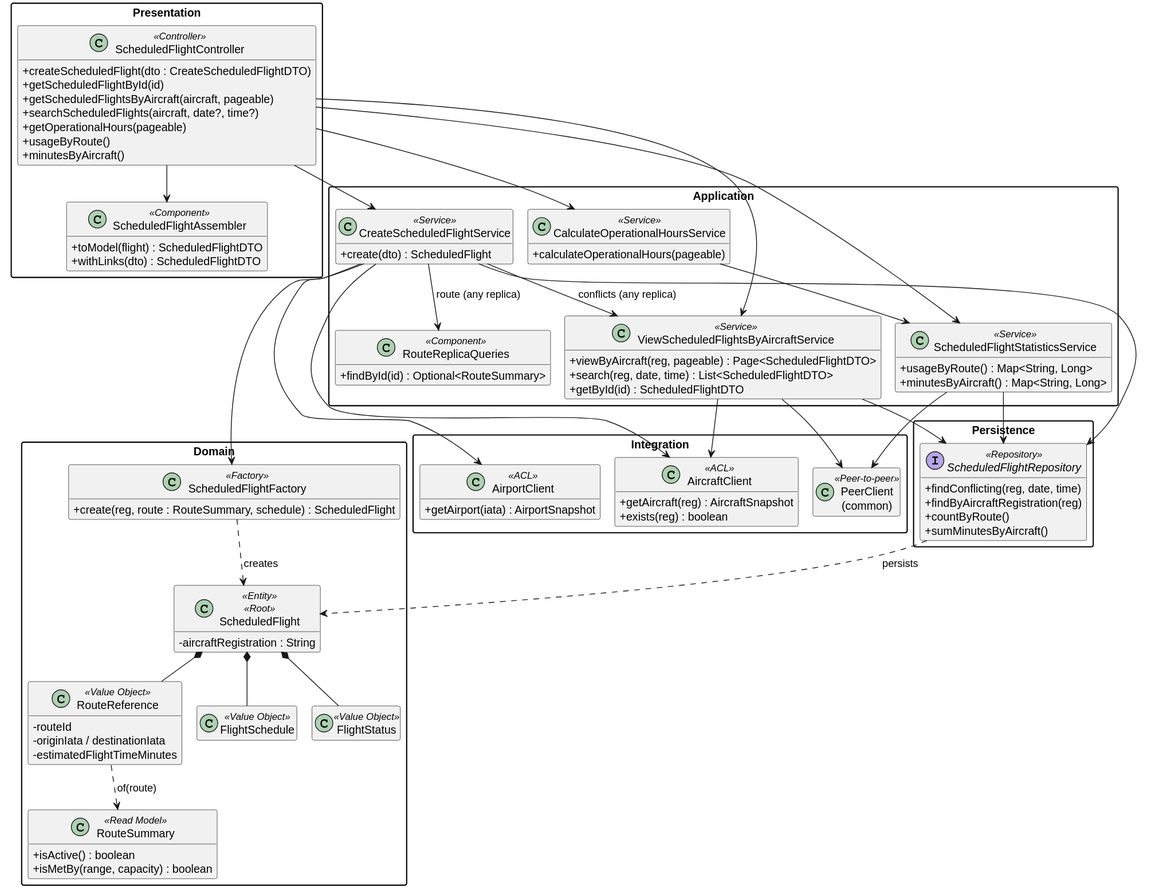
Earlier version of the PlantUML export docs/4-code/flightroutes/svg/FlightRoutes-CD-ScheduledFlights.svg (caetanotiago/Project_SIDIS). Its diagram source:
```plantuml
@startuml
!pragma layout smetana
skinparam classAttributeIconSize 0
skinparam packageStyle rectangle
hide empty members

package "Presentation" {
    class ScheduledFlightController <<Controller>> {
        + createScheduledFlight(dto : CreateScheduledFlightDTO)
        + getScheduledFlightById(id)
        + getScheduledFlightsByAircraft(aircraft, pageable)
        + searchScheduledFlights(aircraft, date?, time?)
        + getOperationalHours(pageable)
        + usageByRoute()
        + minutesByAircraft()
    }
    class ScheduledFlightAssembler <<Component>> {
        + toModel(flight) : ScheduledFlightDTO
        + withLinks(dto) : ScheduledFlightDTO
    }
}

package "Application" {
    class CreateScheduledFlightService <<Service>> {
        + create(dto) : ScheduledFlight
    }
    class ViewScheduledFlightsByAircraftService <<Service>> {
        + viewByAircraft(reg, pageable) : Page<ScheduledFlightDTO>
        + search(reg, date, time) : List<ScheduledFlightDTO>
        + getById(id) : ScheduledFlightDTO
    }
    class CalculateOperationalHoursService <<Service>> {
        + calculateOperationalHours(pageable)
    }
    class ScheduledFlightStatisticsService <<Service>> {
        + usageByRoute() : Map<String, Long>
        + minutesByAircraft() : Map<String, Long>
    }
    class RouteReplicaQueries <<Component>> {
        + findById(id) : Optional<RouteSummary>
    }
}

package "Domain" {
    class ScheduledFlightFactory <<Factory>> {
        + create(reg, route : RouteSummary, schedule) : ScheduledFlight
    }
    class ScheduledFlight <<Entity>> <<Root>> {
        - aircraftRegistration : String
    }
    class RouteReference <<Value Object>> {
        - routeId
        - originIata / destinationIata
        - estimatedFlightTimeMinutes
    }
    class RouteSummary <<Read Model>> {
        + isActive() : boolean
        + isMetBy(range, capacity) : boolean
    }
    class FlightSchedule <<Value Object>>
    class FlightStatus <<Value Object>>
    ScheduledFlight *-- FlightSchedule
    ScheduledFlight *-- FlightStatus
    ScheduledFlight *-- RouteReference
    RouteReference ..> RouteSummary : of(route)
}

package "Persistence" {
    interface ScheduledFlightRepository <<Repository>> {
        + findConflicting(reg, date, time)
        + findByAircraftRegistration(reg)
        + countByRoute()
        + sumMinutesByAircraft()
    }
}

package "Integration" {
    class AircraftClient <<ACL>> {
        + getAircraft(reg) : AircraftSnapshot
        + exists(reg) : boolean
    }
    class AirportClient <<ACL>> {
        + getAirport(iata) : AirportSnapshot
    }
    class "PeerClient\n(common)" as PeerClient <<Peer-to-peer>>
}

ScheduledFlightController --> CreateScheduledFlightService
ScheduledFlightController --> ViewScheduledFlightsByAircraftService
ScheduledFlightController --> CalculateOperationalHoursService
ScheduledFlightController --> ScheduledFlightStatisticsService
ScheduledFlightController --> ScheduledFlightAssembler

CreateScheduledFlightService --> AircraftClient
CreateScheduledFlightService --> AirportClient
CreateScheduledFlightService --> RouteReplicaQueries : route (any replica)
CreateScheduledFlightService --> ViewScheduledFlightsByAircraftService : conflicts (any replica)
CreateScheduledFlightService --> ScheduledFlightRepository
CreateScheduledFlightService --> ScheduledFlightFactory
ViewScheduledFlightsByAircraftService --> AircraftClient
ViewScheduledFlightsByAircraftService --> ScheduledFlightRepository
ViewScheduledFlightsByAircraftService --> PeerClient
CalculateOperationalHoursService --> ScheduledFlightStatisticsService
ScheduledFlightStatisticsService --> ScheduledFlightRepository
ScheduledFlightStatisticsService --> PeerClient

ScheduledFlightFactory ..> ScheduledFlight : creates
ScheduledFlightRepository ..> ScheduledFlight : persists
@enduml
```
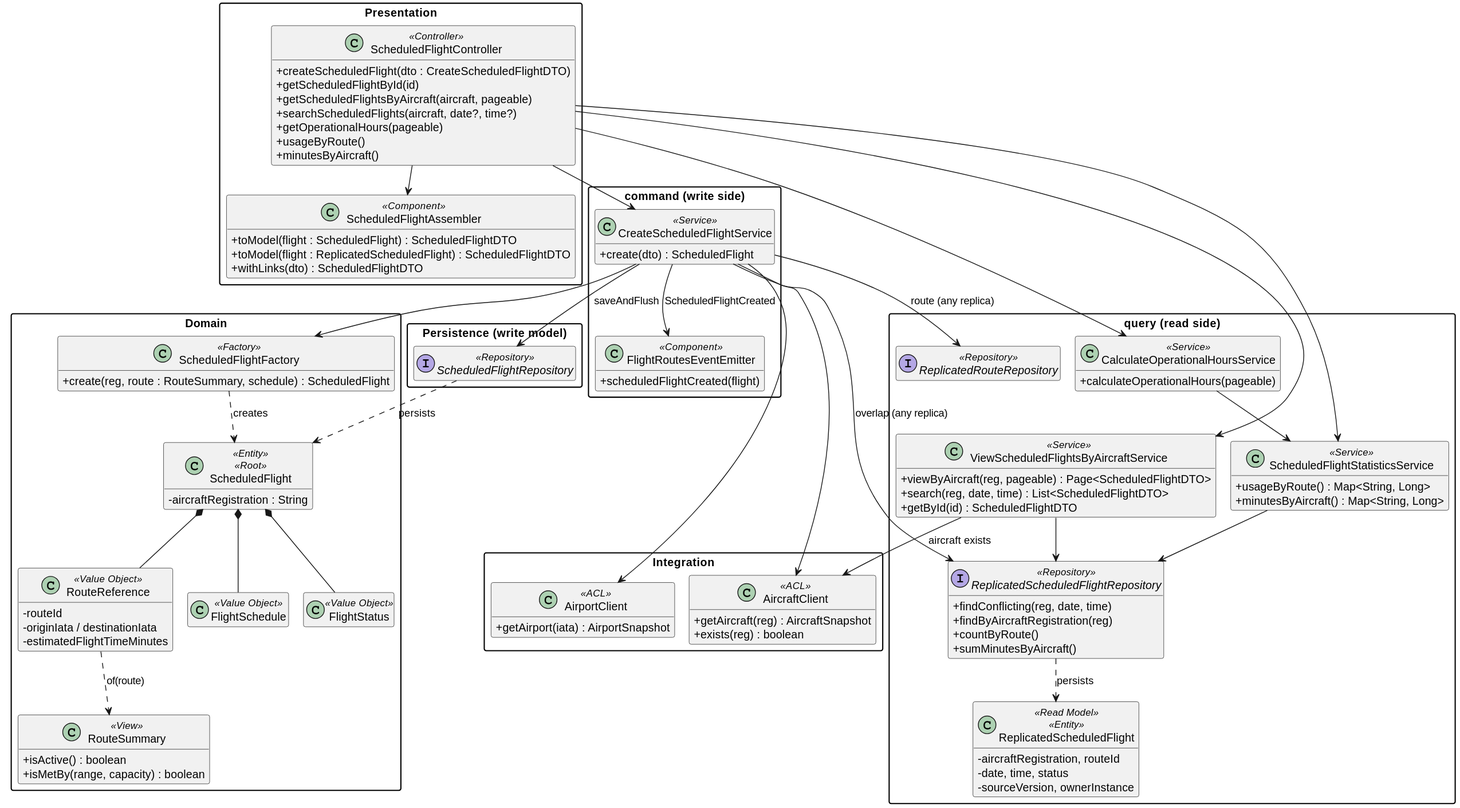
Above is the later version.

Diff of the diagram source:
```diff
@@ -15,15 +15,22 @@
         + minutesByAircraft()
     }
     class ScheduledFlightAssembler <<Component>> {
-        + toModel(flight) : ScheduledFlightDTO
+        + toModel(flight : ScheduledFlight) : ScheduledFlightDTO
+        + toModel(flight : ReplicatedScheduledFlight) : ScheduledFlightDTO
         + withLinks(dto) : ScheduledFlightDTO
     }
 }
 
-package "Application" {
+package "command (write side)" {
     class CreateScheduledFlightService <<Service>> {
         + create(dto) : ScheduledFlight
     }
+    class FlightRoutesEventEmitter <<Component>> {
+        + scheduledFlightCreated(flight)
+    }
+}
+
+package "query (read side)" {
     class ViewScheduledFlightsByAircraftService <<Service>> {
         + viewByAircraft(reg, pageable) : Page<ScheduledFlightDTO>
         + search(reg, date, time) : List<ScheduledFlightDTO>
@@ -36,9 +43,18 @@
         + usageByRoute() : Map<String, Long>
         + minutesByAircraft() : Map<String, Long>
     }
-    class RouteReplicaQueries <<Component>> {
-        + findById(id) : Optional<RouteSummary>
+    class ReplicatedScheduledFlight <<Read Model>> <<Entity>> {
+        - aircraftRegistration, routeId
+        - date, time, status
+        - sourceVersion, ownerInstance
     }
+    interface ReplicatedScheduledFlightRepository <<Repository>> {
+        + findConflicting(reg, date, time)
+        + findByAircraftRegistration(reg)
+        + countByRoute()
+        + sumMinutesByAircraft()
+    }
+    interface ReplicatedRouteRepository <<Repository>>
 }
 
 package "Domain" {
@@ -53,7 +69,7 @@
         - originIata / destinationIata
         - estimatedFlightTimeMinutes
     }
-    class RouteSummary <<Read Model>> {
+    class RouteSummary <<View>> {
         + isActive() : boolean
         + isMetBy(range, capacity) : boolean
     }
@@ -65,13 +81,8 @@
     RouteReference ..> RouteSummary : of(route)
 }
 
-package "Persistence" {
-    interface ScheduledFlightRepository <<Repository>> {
-        + findConflicting(reg, date, time)
-        + findByAircraftRegistration(reg)
-        + countByRoute()
-        + sumMinutesByAircraft()
-    }
+package "Persistence (write model)" {
+    interface ScheduledFlightRepository <<Repository>>
 }
 
 package "Integration" {
@@ -82,7 +93,6 @@
     class AirportClient <<ACL>> {
         + getAirport(iata) : AirportSnapshot
     }
-    class "PeerClient\n(common)" as PeerClient <<Peer-to-peer>>
 }
 
 ScheduledFlightController --> CreateScheduledFlightService
@@ -93,16 +103,16 @@
 
 CreateScheduledFlightService --> AircraftClient
 CreateScheduledFlightService --> AirportClient
-CreateScheduledFlightService --> RouteReplicaQueries : route (any replica)
-CreateScheduledFlightService --> ViewScheduledFlightsByAircraftService : conflicts (any replica)
-CreateScheduledFlightService --> ScheduledFlightRepository
+CreateScheduledFlightService --> ReplicatedRouteRepository : route (any replica)
+CreateScheduledFlightService --> ReplicatedScheduledFlightRepository : overlap (any replica)
 CreateScheduledFlightService --> ScheduledFlightFactory
-ViewScheduledFlightsByAircraftService --> AircraftClient
-ViewScheduledFlightsByAircraftService --> ScheduledFlightRepository
-ViewScheduledFlightsByAircraftService --> PeerClient
+CreateScheduledFlightService --> ScheduledFlightRepository : saveAndFlush
+CreateScheduledFlightService --> FlightRoutesEventEmitter : ScheduledFlightCreated
+ViewScheduledFlightsByAircraftService --> AircraftClient : aircraft exists
+ViewScheduledFlightsByAircraftService --> ReplicatedScheduledFlightRepository
 CalculateOperationalHoursService --> ScheduledFlightStatisticsService
-ScheduledFlightStatisticsService --> ScheduledFlightRepository
-ScheduledFlightStatisticsService --> PeerClient
+ScheduledFlightStatisticsService --> ReplicatedScheduledFlightRepository
+ReplicatedScheduledFlightRepository ..> ReplicatedScheduledFlight : persists
 
 ScheduledFlightFactory ..> ScheduledFlight : creates
 ScheduledFlightRepository ..> ScheduledFlight : persists
```
